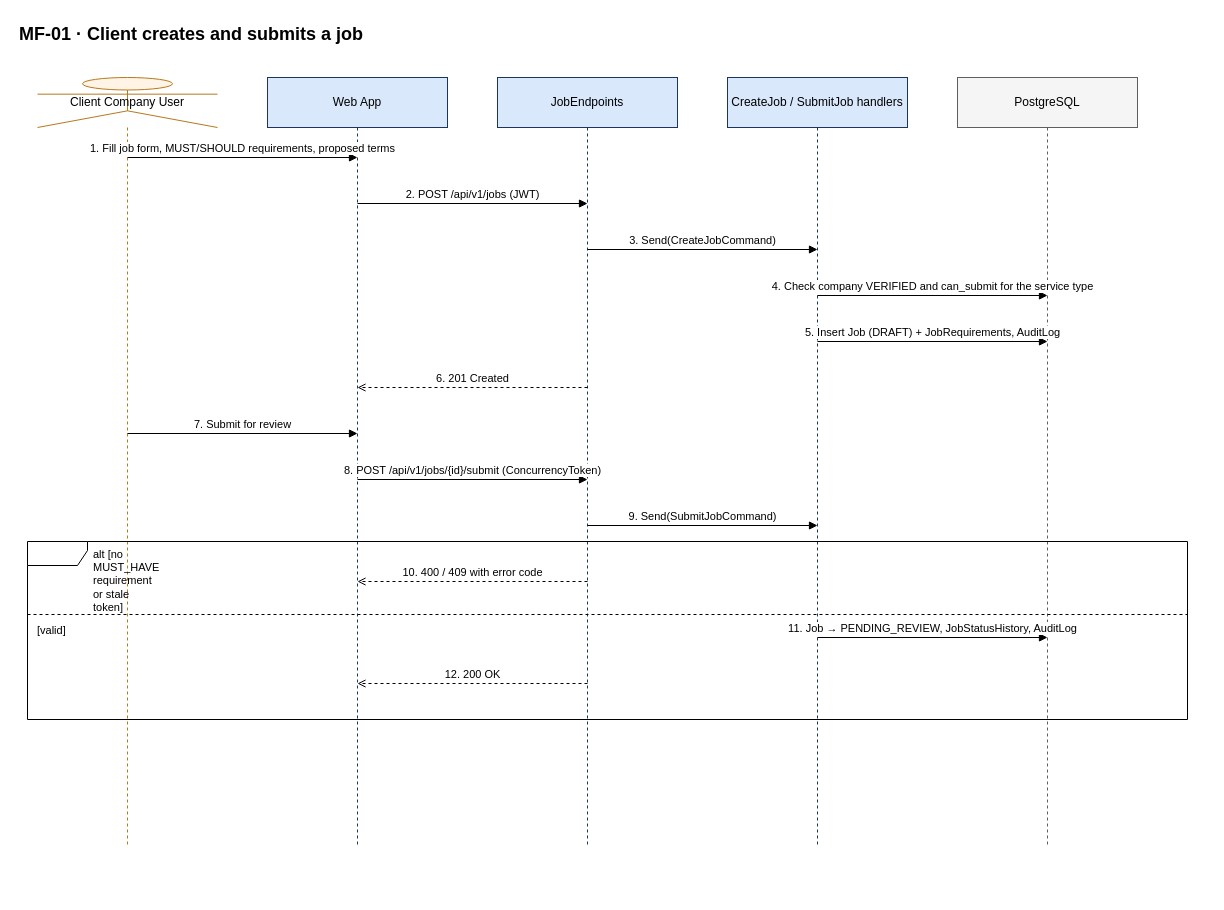
Above: docs/diagrams/sequences/source/seq-mf01-create-submit-job.drawio in hoangqui794/hr-connect (draw.io), before the change. Source tidied: cells renumbered, new cells numbered last; positions are measured from the earlier drawing's top-left corner, leaving out a move shared by most shapes. Both pictures are drawn from the tidied source at 100%, with x=0, y=0 at pixel (17, 17).
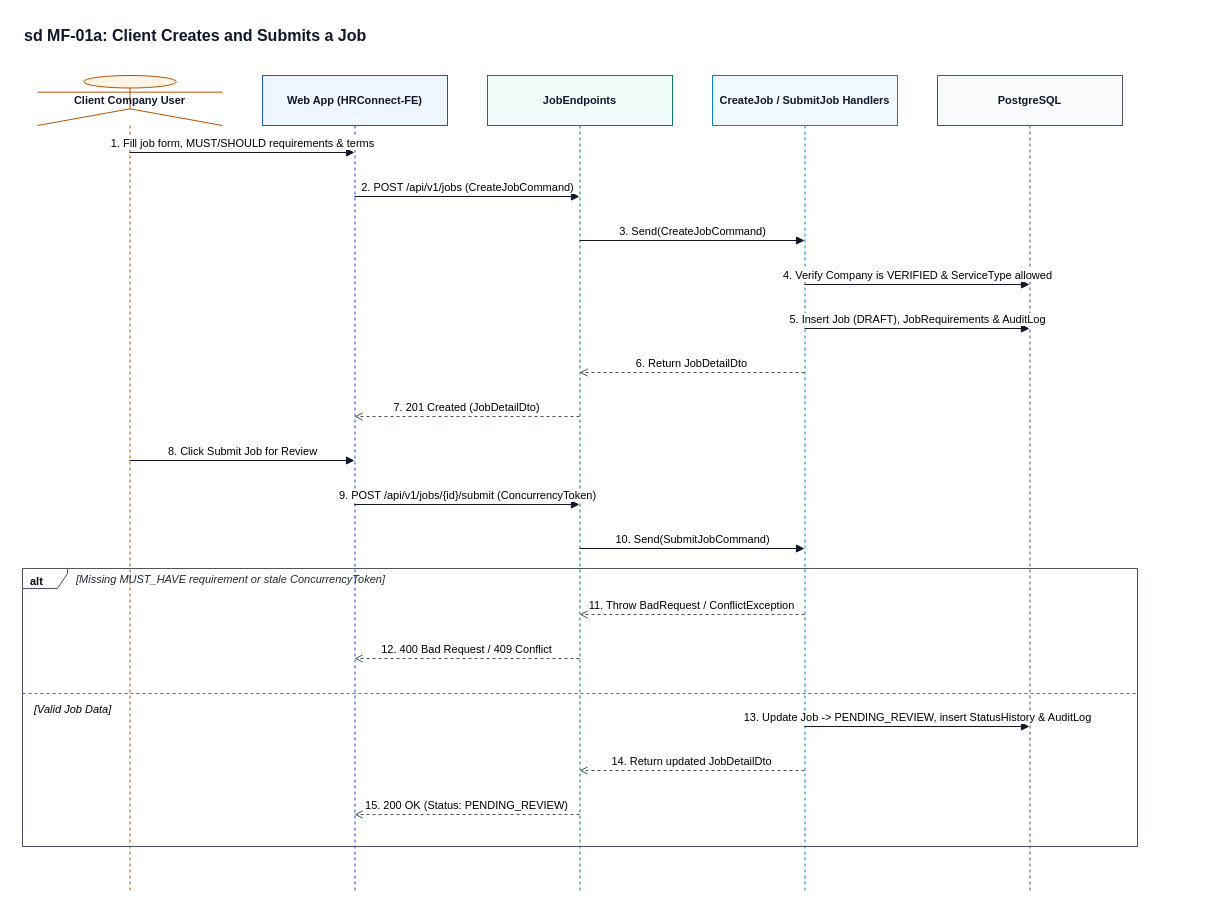
The same page after the edit.

The edit, as a diff of the source:
```diff
@@
-    <mxCell id="2" value="MF-01 · Client creates and submits a job" style="text;html=1;fontSize=18;fontStyle=1;align=left;" parent="1" vertex="1">
-      <mxGeometry width="1190" height="30" as="geometry" />
+    <mxCell id="2" value="sd MF-01a: Client Creates and Submits a Job" style="text;html=1;fontSize=16;fontStyle=1;align=left;fontFamily=Helvetica;fontColor=#0F172A;" parent="1" vertex="1">
+      <mxGeometry x="5" y="2" width="1125" height="28" as="geometry" />
     </mxCell>
-    <mxCell id="3" value="Client Company User" style="shape=umlLifeline;participant=umlActor;perimeter=lifelinePerimeter;whiteSpace=wrap;html=1;size=50;fillColor=#FFF4E5;strokeColor=#B7791F;" parent="1" vertex="1">
-      <mxGeometry x="20" y="60" width="180" height="770" as="geometry" />
+    <mxCell id="3" value="Client Company User" style="shape=umlLifeline;participant=umlActor;perimeter=lifelinePerimeter;whiteSpace=wrap;html=1;size=50;fillColor=#FFF4E5;strokeColor=#B45309;fontStyle=1;fontSize=11;fontFamily=Helvetica;fontColor=#0F172A;" parent="1" vertex="1">
+      <mxGeometry x="20" y="58" width="185" height="817" as="geometry" />
     </mxCell>
-    <mxCell id="4" value="Web App" style="shape=umlLifeline;perimeter=lifelinePerimeter;whiteSpace=wrap;html=1;size=50;fillColor=#DAE8FC;strokeColor=#1B365D;" parent="1" vertex="1">
-      <mxGeometry x="250" y="60" width="180" height="770" as="geometry" />
+    <mxCell id="4" value="Web App (HRConnect-FE)" style="shape=umlLifeline;perimeter=lifelinePerimeter;whiteSpace=wrap;html=1;size=50;fillColor=#EFF6FF;strokeColor=#1D4ED8;fontStyle=1;fontSize=11;fontFamily=Helvetica;fontColor=#0F172A;" parent="1" vertex="1">
+      <mxGeometry x="245" y="58" width="185" height="817" as="geometry" />
     </mxCell>
-    <mxCell id="5" value="JobEndpoints" style="shape=umlLifeline;perimeter=lifelinePerimeter;whiteSpace=wrap;html=1;size=50;fillColor=#DAE8FC;strokeColor=#1B365D;" parent="1" vertex="1">
-      <mxGeometry x="480" y="60" width="180" height="770" as="geometry" />
+    <mxCell id="5" value="JobEndpoints" style="shape=umlLifeline;perimeter=lifelinePerimeter;whiteSpace=wrap;html=1;size=50;fillColor=#F0FDFA;strokeColor=#0F766E;fontStyle=1;fontSize=11;fontFamily=Helvetica;fontColor=#0F172A;" parent="1" vertex="1">
+      <mxGeometry x="470" y="58" width="185" height="817" as="geometry" />
     </mxCell>
-    <mxCell id="6" value="CreateJob / SubmitJob handlers" style="shape=umlLifeline;perimeter=lifelinePerimeter;whiteSpace=wrap;html=1;size=50;fillColor=#DAE8FC;strokeColor=#1B365D;" parent="1" vertex="1">
-      <mxGeometry x="710" y="60" width="180" height="770" as="geometry" />
+    <mxCell id="6" value="CreateJob / SubmitJob Handlers" style="shape=umlLifeline;perimeter=lifelinePerimeter;whiteSpace=wrap;html=1;size=50;fillColor=#F0F9FF;strokeColor=#0284C7;fontStyle=1;fontSize=11;fontFamily=Helvetica;fontColor=#0F172A;" parent="1" vertex="1">
+      <mxGeometry x="695" y="58" width="185" height="817" as="geometry" />
     </mxCell>
-    <mxCell id="7" value="PostgreSQL" style="shape=umlLifeline;perimeter=lifelinePerimeter;whiteSpace=wrap;html=1;size=50;fillColor=#F5F5F5;strokeColor=#5F5E5A;" parent="1" vertex="1">
-      <mxGeometry x="940" y="60" width="180" height="770" as="geometry" />
+    <mxCell id="7" value="PostgreSQL" style="shape=umlLifeline;perimeter=lifelinePerimeter;whiteSpace=wrap;html=1;size=50;fillColor=#F8FAFC;strokeColor=#475569;fontStyle=1;fontSize=11;fontFamily=Helvetica;fontColor=#0F172A;" parent="1" vertex="1">
+      <mxGeometry x="920" y="58" width="185" height="817" as="geometry" />
     </mxCell>
-    <mxCell id="8" value="1. Fill job form, MUST/SHOULD requirements, proposed terms" style="html=1;verticalAlign=bottom;endArrow=block;endFill=1;fontSize=11;labelBackgroundColor=#FFFFFF;" parent="1" edge="1">
-      <mxGeometry relative="1" as="geometry">
-        <mxPoint x="110" y="140" as="sourcePoint" />
-        <mxPoint x="340" y="140" as="targetPoint" />
-      </mxGeometry>
-    </mxCell>
-    <mxCell id="9" value="2. POST /api/v1/jobs (JWT)" style="html=1;verticalAlign=bottom;endArrow=block;endFill=1;fontSize=11;labelBackgroundColor=#FFFFFF;" parent="1" edge="1">
-      <mxGeometry relative="1" as="geometry">
-        <mxPoint x="340" y="186" as="sourcePoint" />
-        <mxPoint x="570" y="186" as="targetPoint" />
-      </mxGeometry>
-    </mxCell>
+    <mxCell id="22" value="alt" style="shape=umlFrame;whiteSpace=wrap;html=1;width=45;height=20;boundedLbl=1;verticalAlign=top;align=left;spacingLeft=6;fontStyle=1;fontSize=11;fontFamily=Helvetica;fillColor=none;strokeColor=#475569;" parent="1" vertex="1">
+      <mxGeometry x="5" y="551" width="1115" height="278" as="geometry" />
+    </mxCell>
+    <mxCell id="23" value="[Missing MUST_HAVE requirement or stale ConcurrencyToken]" style="text;html=1;align=left;verticalAlign=middle;fontStyle=2;fontSize=11;fontFamily=Helvetica;fontColor=#1E293B;" parent="1" vertex="1">
+      <mxGeometry x="57" y="552" width="450" height="20" as="geometry" />
+    </mxCell>
+    <mxCell id="24" value="[Valid Job Data]" style="line;strokeWidth=1;dashed=1;html=1;align=left;verticalAlign=top;spacingLeft=10;labelPosition=center;fontStyle=2;fontSize=11;fontFamily=Helvetica;fillColor=none;strokeColor=#64748B;labelBackgroundColor=#FFFFFF;" parent="1" vertex="1">
+      <mxGeometry x="5" y="671" width="1115" height="10" as="geometry" />
+    </mxCell>
+    <mxCell id="25" value="1. Fill job form, MUST/SHOULD requirements &amp; terms" style="html=1;verticalAlign=bottom;endArrow=block;endFill=1;strokeColor=#0F172A;fontSize=11;fontFamily=Helvetica;labelBackgroundColor=#FFFFFF;" parent="1" edge="1">
+      <mxGeometry relative="1" as="geometry">
+        <mxPoint x="112" y="135" as="sourcePoint" />
+        <mxPoint x="337" y="135" as="targetPoint" />
+      </mxGeometry>
+    </mxCell>
+    <mxCell id="26" value="2. POST /api/v1/jobs (CreateJobCommand)" style="html=1;verticalAlign=bottom;endArrow=block;endFill=1;strokeColor=#0F172A;fontSize=11;fontFamily=Helvetica;labelBackgroundColor=#FFFFFF;" parent="1" edge="1">
+      <mxGeometry relative="1" as="geometry">
+        <mxPoint x="337" y="179" as="sourcePoint" />
+        <mxPoint x="562" y="179" as="targetPoint" />
+      </mxGeometry>
+    </mxCell>
-    <mxCell id="10" value="3. Send(CreateJobCommand)" style="html=1;verticalAlign=bottom;endArrow=block;endFill=1;fontSize=11;labelBackgroundColor=#FFFFFF;" parent="1" edge="1">
+    <mxCell id="10" value="3. Send(CreateJobCommand)" style="html=1;verticalAlign=bottom;endArrow=block;endFill=1;strokeColor=#0F172A;fontSize=11;fontFamily=Helvetica;labelBackgroundColor=#FFFFFF;" parent="1" edge="1">
       <mxGeometry relative="1" as="geometry">
-        <mxPoint x="570" y="232" as="sourcePoint" />
-        <mxPoint x="800" y="232" as="targetPoint" />
+        <mxPoint x="562" y="223" as="sourcePoint" />
+        <mxPoint x="787" y="223" as="targetPoint" />
       </mxGeometry>
     </mxCell>
-    <mxCell id="11" value="4. Check company VERIFIED and can_submit for the service type" style="html=1;verticalAlign=bottom;endArrow=block;endFill=1;fontSize=11;labelBackgroundColor=#FFFFFF;" parent="1" edge="1">
-      <mxGeometry relative="1" as="geometry">
-        <mxPoint x="800" y="278" as="sourcePoint" />
-        <mxPoint x="1030" y="278" as="targetPoint" />
-      </mxGeometry>
-    </mxCell>
-    <mxCell id="12" value="5. Insert Job (DRAFT) + JobRequirements, AuditLog" style="html=1;verticalAlign=bottom;endArrow=block;endFill=1;fontSize=11;labelBackgroundColor=#FFFFFF;" parent="1" edge="1">
-      <mxGeometry relative="1" as="geometry">
-        <mxPoint x="800" y="324" as="sourcePoint" />
-        <mxPoint x="1030" y="324" as="targetPoint" />
-      </mxGeometry>
-    </mxCell>
-    <mxCell id="13" value="6. 201 Created" style="html=1;verticalAlign=bottom;dashed=1;endArrow=open;fontSize=11;labelBackgroundColor=#FFFFFF;" parent="1" edge="1">
-      <mxGeometry relative="1" as="geometry">
-        <mxPoint x="570" y="370" as="sourcePoint" />
-        <mxPoint x="340" y="370" as="targetPoint" />
-      </mxGeometry>
-    </mxCell>
-    <mxCell id="14" value="7. Submit for review" style="html=1;verticalAlign=bottom;endArrow=block;endFill=1;fontSize=11;labelBackgroundColor=#FFFFFF;" parent="1" edge="1">
-      <mxGeometry relative="1" as="geometry">
-        <mxPoint x="110" y="416" as="sourcePoint" />
-        <mxPoint x="340" y="416" as="targetPoint" />
-      </mxGeometry>
-    </mxCell>
-    <mxCell id="15" value="8. POST /api/v1/jobs/{id}/submit (ConcurrencyToken)" style="html=1;verticalAlign=bottom;endArrow=block;endFill=1;fontSize=11;labelBackgroundColor=#FFFFFF;" parent="1" edge="1">
-      <mxGeometry relative="1" as="geometry">
-        <mxPoint x="340" y="462" as="sourcePoint" />
-        <mxPoint x="570" y="462" as="targetPoint" />
-      </mxGeometry>
-    </mxCell>
-    <mxCell id="16" value="9. Send(SubmitJobCommand)" style="html=1;verticalAlign=bottom;endArrow=block;endFill=1;fontSize=11;labelBackgroundColor=#FFFFFF;" parent="1" edge="1">
-      <mxGeometry relative="1" as="geometry">
-        <mxPoint x="570" y="508" as="sourcePoint" />
-        <mxPoint x="800" y="508" as="targetPoint" />
-      </mxGeometry>
-    </mxCell>
-    <mxCell id="17" value="10. 400 / 409 with error code" style="html=1;verticalAlign=bottom;dashed=1;endArrow=open;fontSize=11;labelBackgroundColor=#FFFFFF;" parent="1" edge="1">
-      <mxGeometry relative="1" as="geometry">
-        <mxPoint x="570" y="564" as="sourcePoint" />
-        <mxPoint x="340" y="564" as="targetPoint" />
-      </mxGeometry>
-    </mxCell>
-    <mxCell id="18" value="11. Job → PENDING_REVIEW, JobStatusHistory, AuditLog" style="html=1;verticalAlign=bottom;endArrow=block;endFill=1;fontSize=11;labelBackgroundColor=#FFFFFF;" parent="1" edge="1">
-      <mxGeometry relative="1" as="geometry">
-        <mxPoint x="800" y="620" as="sourcePoint" />
-        <mxPoint x="1030" y="620" as="targetPoint" />
-      </mxGeometry>
-    </mxCell>
-    <mxCell id="19" value="12. 200 OK" style="html=1;verticalAlign=bottom;dashed=1;endArrow=open;fontSize=11;labelBackgroundColor=#FFFFFF;" parent="1" edge="1">
-      <mxGeometry relative="1" as="geometry">
-        <mxPoint x="570" y="666" as="sourcePoint" />
-        <mxPoint x="340" y="666" as="targetPoint" />
-      </mxGeometry>
-    </mxCell>
-    <mxCell id="20" value="alt [no MUST_HAVE requirement or stale token]" style="shape=umlFrame;whiteSpace=wrap;html=1;width=60;height=24;boundedLbl=1;verticalAlign=top;align=left;spacingLeft=64;fontSize=11;fillColor=none;" parent="1" vertex="1">
-      <mxGeometry x="10" y="524" width="1160" height="178" as="geometry" />
-    </mxCell>
-    <mxCell id="21" value="[valid]" style="line;strokeWidth=1;dashed=1;html=1;align=left;verticalAlign=top;spacingLeft=8;labelPosition=center;fontSize=11;fillColor=none;" parent="1" vertex="1">
-      <mxGeometry x="10" y="592" width="1160" height="10" as="geometry" />
-    </mxCell>
+    <mxCell id="27" value="4. Verify Company is VERIFIED &amp; ServiceType allowed" style="html=1;verticalAlign=bottom;endArrow=block;endFill=1;strokeColor=#0F172A;fontSize=11;fontFamily=Helvetica;labelBackgroundColor=#FFFFFF;" parent="1" edge="1">
+      <mxGeometry relative="1" as="geometry">
+        <mxPoint x="787" y="267" as="sourcePoint" />
+        <mxPoint x="1012" y="267" as="targetPoint" />
+      </mxGeometry>
+    </mxCell>
+    <mxCell id="28" value="5. Insert Job (DRAFT), JobRequirements &amp; AuditLog" style="html=1;verticalAlign=bottom;endArrow=block;endFill=1;strokeColor=#0F172A;fontSize=11;fontFamily=Helvetica;labelBackgroundColor=#FFFFFF;" parent="1" edge="1">
+      <mxGeometry relative="1" as="geometry">
+        <mxPoint x="787" y="311" as="sourcePoint" />
+        <mxPoint x="1012" y="311" as="targetPoint" />
+      </mxGeometry>
+    </mxCell>
+    <mxCell id="29" value="6. Return JobDetailDto" style="html=1;verticalAlign=bottom;dashed=1;endArrow=open;endFill=0;strokeColor=#475569;fontSize=11;fontFamily=Helvetica;labelBackgroundColor=#FFFFFF;" parent="1" edge="1">
+      <mxGeometry relative="1" as="geometry">
+        <mxPoint x="787" y="355" as="sourcePoint" />
+        <mxPoint x="562" y="355" as="targetPoint" />
+      </mxGeometry>
+    </mxCell>
+    <mxCell id="30" value="7. 201 Created (JobDetailDto)" style="html=1;verticalAlign=bottom;dashed=1;endArrow=open;endFill=0;strokeColor=#475569;fontSize=11;fontFamily=Helvetica;labelBackgroundColor=#FFFFFF;" parent="1" edge="1">
+      <mxGeometry relative="1" as="geometry">
+        <mxPoint x="562" y="399" as="sourcePoint" />
+        <mxPoint x="337" y="399" as="targetPoint" />
+      </mxGeometry>
+    </mxCell>
+    <mxCell id="31" value="8. Click Submit Job for Review" style="html=1;verticalAlign=bottom;endArrow=block;endFill=1;strokeColor=#0F172A;fontSize=11;fontFamily=Helvetica;labelBackgroundColor=#FFFFFF;" parent="1" edge="1">
+      <mxGeometry relative="1" as="geometry">
+        <mxPoint x="112" y="443" as="sourcePoint" />
+        <mxPoint x="337" y="443" as="targetPoint" />
+      </mxGeometry>
+    </mxCell>
+    <mxCell id="32" value="9. POST /api/v1/jobs/{id}/submit (ConcurrencyToken)" style="html=1;verticalAlign=bottom;endArrow=block;endFill=1;strokeColor=#0F172A;fontSize=11;fontFamily=Helvetica;labelBackgroundColor=#FFFFFF;" parent="1" edge="1">
+      <mxGeometry relative="1" as="geometry">
+        <mxPoint x="337" y="487" as="sourcePoint" />
+        <mxPoint x="562" y="487" as="targetPoint" />
+      </mxGeometry>
+    </mxCell>
+    <mxCell id="33" value="10. Send(SubmitJobCommand)" style="html=1;verticalAlign=bottom;endArrow=block;endFill=1;strokeColor=#0F172A;fontSize=11;fontFamily=Helvetica;labelBackgroundColor=#FFFFFF;" parent="1" edge="1">
+      <mxGeometry relative="1" as="geometry">
+        <mxPoint x="562" y="531" as="sourcePoint" />
+        <mxPoint x="787" y="531" as="targetPoint" />
+      </mxGeometry>
+    </mxCell>
+    <mxCell id="34" value="11. Throw BadRequest / ConflictException" style="html=1;verticalAlign=bottom;dashed=1;endArrow=open;endFill=0;strokeColor=#475569;fontSize=11;fontFamily=Helvetica;labelBackgroundColor=#FFFFFF;" parent="1" edge="1">
+      <mxGeometry relative="1" as="geometry">
+        <mxPoint x="787" y="597" as="sourcePoint" />
+        <mxPoint x="562" y="597" as="targetPoint" />
+      </mxGeometry>
+    </mxCell>
+    <mxCell id="35" value="12. 400 Bad Request / 409 Conflict" style="html=1;verticalAlign=bottom;dashed=1;endArrow=open;endFill=0;strokeColor=#475569;fontSize=11;fontFamily=Helvetica;labelBackgroundColor=#FFFFFF;" parent="1" edge="1">
+      <mxGeometry relative="1" as="geometry">
+        <mxPoint x="562" y="641" as="sourcePoint" />
+        <mxPoint x="337" y="641" as="targetPoint" />
+      </mxGeometry>
+    </mxCell>
+    <mxCell id="36" value="13. Update Job -&gt; PENDING_REVIEW, insert StatusHistory &amp; AuditLog" style="html=1;verticalAlign=bottom;endArrow=block;endFill=1;strokeColor=#0F172A;fontSize=11;fontFamily=Helvetica;labelBackgroundColor=#FFFFFF;" parent="1" edge="1">
+      <mxGeometry relative="1" as="geometry">
+        <mxPoint x="787" y="709" as="sourcePoint" />
+        <mxPoint x="1012" y="709" as="targetPoint" />
+      </mxGeometry>
+    </mxCell>
+    <mxCell id="37" value="14. Return updated JobDetailDto" style="html=1;verticalAlign=bottom;dashed=1;endArrow=open;endFill=0;strokeColor=#475569;fontSize=11;fontFamily=Helvetica;labelBackgroundColor=#FFFFFF;" parent="1" edge="1">
+      <mxGeometry relative="1" as="geometry">
+        <mxPoint x="787" y="753" as="sourcePoint" />
+        <mxPoint x="562" y="753" as="targetPoint" />
+      </mxGeometry>
+    </mxCell>
+    <mxCell id="38" value="15. 200 OK (Status: PENDING_REVIEW)" style="html=1;verticalAlign=bottom;dashed=1;endArrow=open;endFill=0;strokeColor=#475569;fontSize=11;fontFamily=Helvetica;labelBackgroundColor=#FFFFFF;" parent="1" edge="1">
+      <mxGeometry relative="1" as="geometry">
+        <mxPoint x="562" y="797" as="sourcePoint" />
+        <mxPoint x="337" y="797" as="targetPoint" />
+      </mxGeometry>
+    </mxCell>
```
